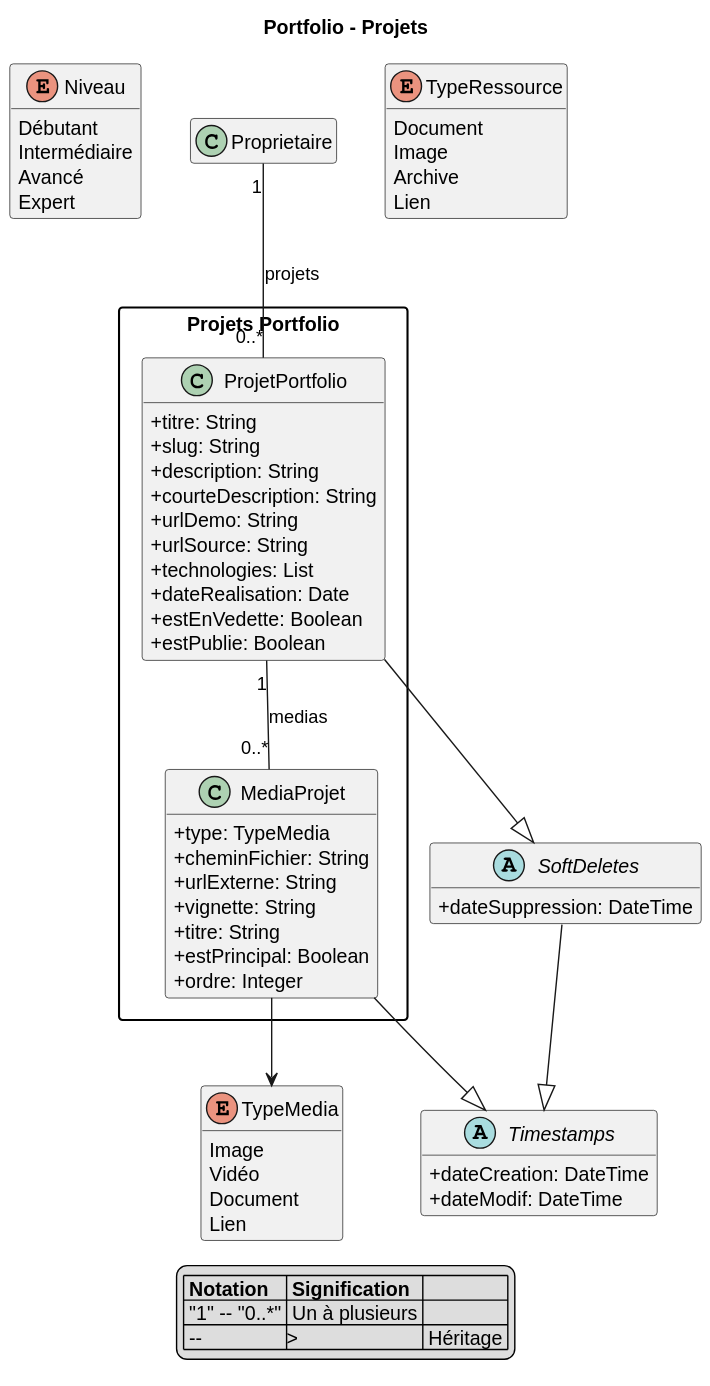
The PlantUML diagram uml-svg/class-diagram/02c-class-portfolio.svg in GAYENSIS09/baye-mor-gaye, before a commit. Its diagram source:
```plantuml
@startuml
title Portfolio - Projets

!include _base-class.wsd

hide empty members
skinparam packageStyle rectangle
skinparam classAttributeIconSize 0

package "Projets Portfolio" as Projets {

  class ProjetPortfolio {
    + titre: String
    + slug: String
    + description: String
    + courteDescription: String
    + urlDemo: String
    + urlSource: String
    + technologies: List
    + dateRealisation: Date
    + estEnVedette: Boolean
    + estPublie: Boolean
  }

ProjetPortfolio --|> SoftDeletes

  class MediaProjet {
    + type: TypeMedia
    + cheminFichier: String
    + urlExterne: String
    + vignette: String
    + titre: String
    + estPrincipal: Boolean
    + ordre: Integer
  }

MediaProjet --|> Timestamps
}

MediaProjet --> TypeMedia

Proprietaire "1" -- "0..*" ProjetPortfolio : projets
ProjetPortfolio "1" -- "0..*" MediaProjet : medias

legend bottom
  |= Notation |= Signification |
  | "1" -- "0..*" | Un à plusieurs |
  | --|>  | Héritage |
end legend
@enduml
```
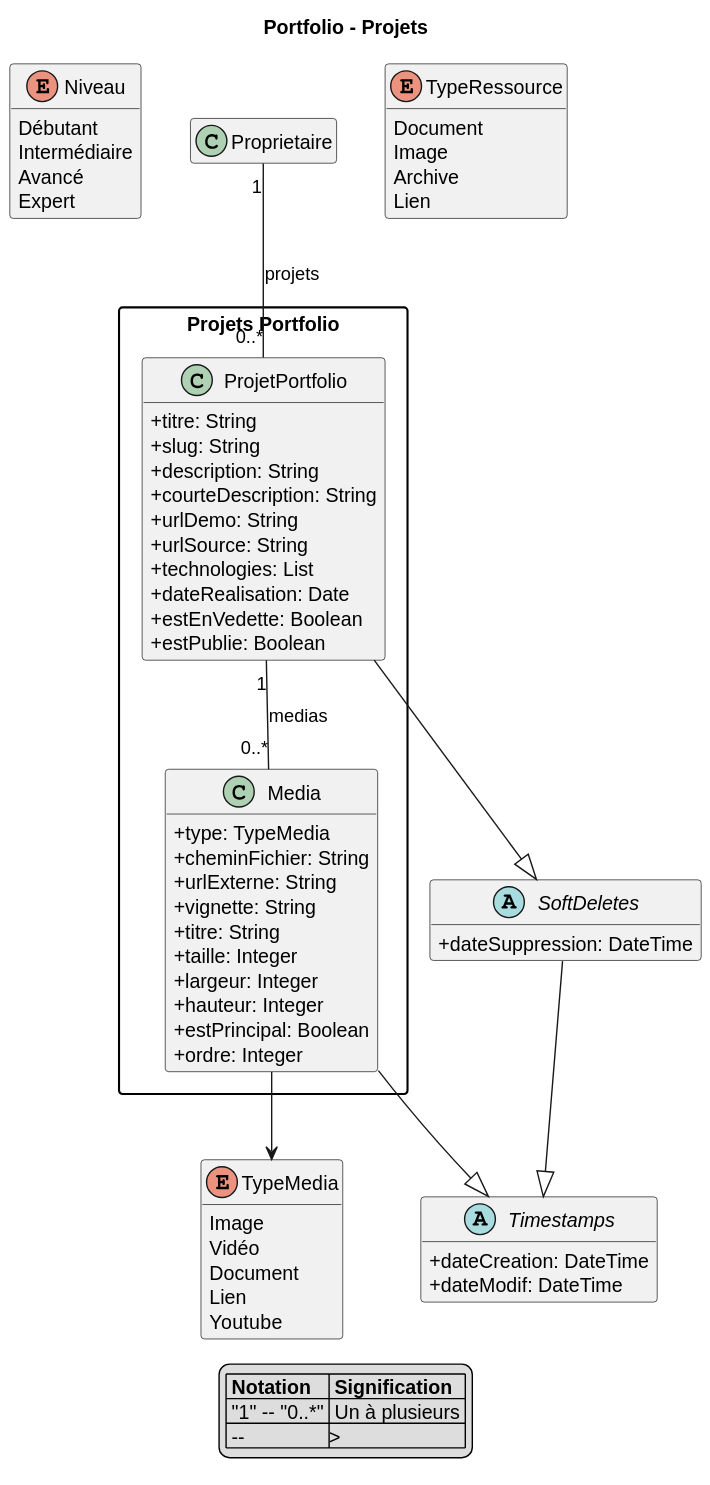
After the change.

The edit, as a diff of the source:
```diff
@@ -24,23 +24,26 @@
 
 ProjetPortfolio --|> SoftDeletes
 
-  class MediaProjet {
+  class Media {
     + type: TypeMedia
     + cheminFichier: String
     + urlExterne: String
     + vignette: String
     + titre: String
+    + taille: Integer
+    + largeur: Integer
+    + hauteur: Integer
     + estPrincipal: Boolean
     + ordre: Integer
   }
 
-MediaProjet --|> Timestamps
+Media --|> Timestamps
 }
 
-MediaProjet --> TypeMedia
+Media --> TypeMedia
 
 Proprietaire "1" -- "0..*" ProjetPortfolio : projets
-ProjetPortfolio "1" -- "0..*" MediaProjet : medias
+ProjetPortfolio "1" -- "0..*" Media : medias
 
 legend bottom
   |= Notation |= Signification |
```
